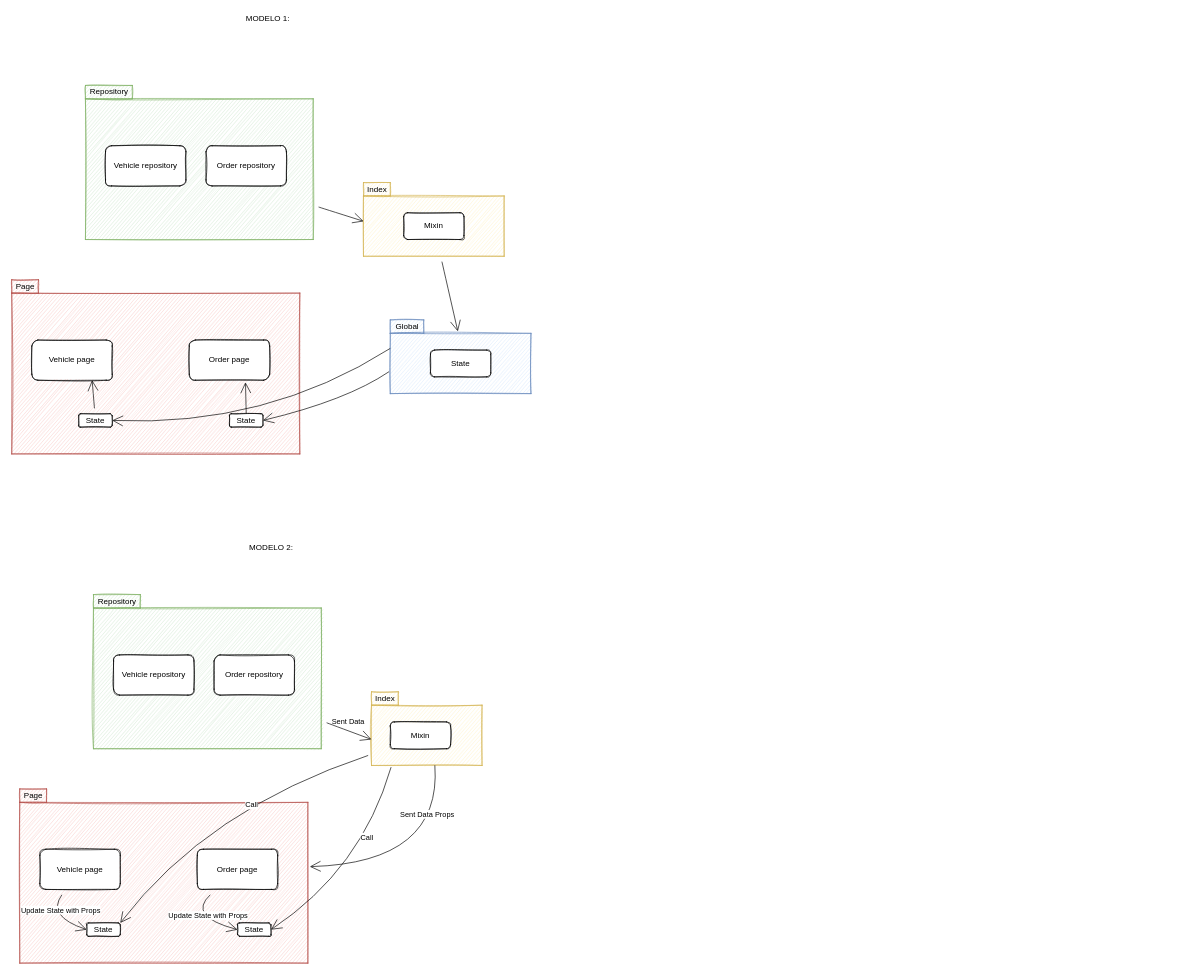
This is fluxogramas/Untitled Diagram.drawio from caioliveira277/drawio-fluxogramas, a draw.io file, before an edit. Source tidied: cells renumbered, new cells numbered last; positions are measured from the earlier drawing's top-left corner, leaving out a move shared by most shapes. Both pictures are drawn from the tidied source at 67%, with x=0, y=0 at pixel (11, 11).
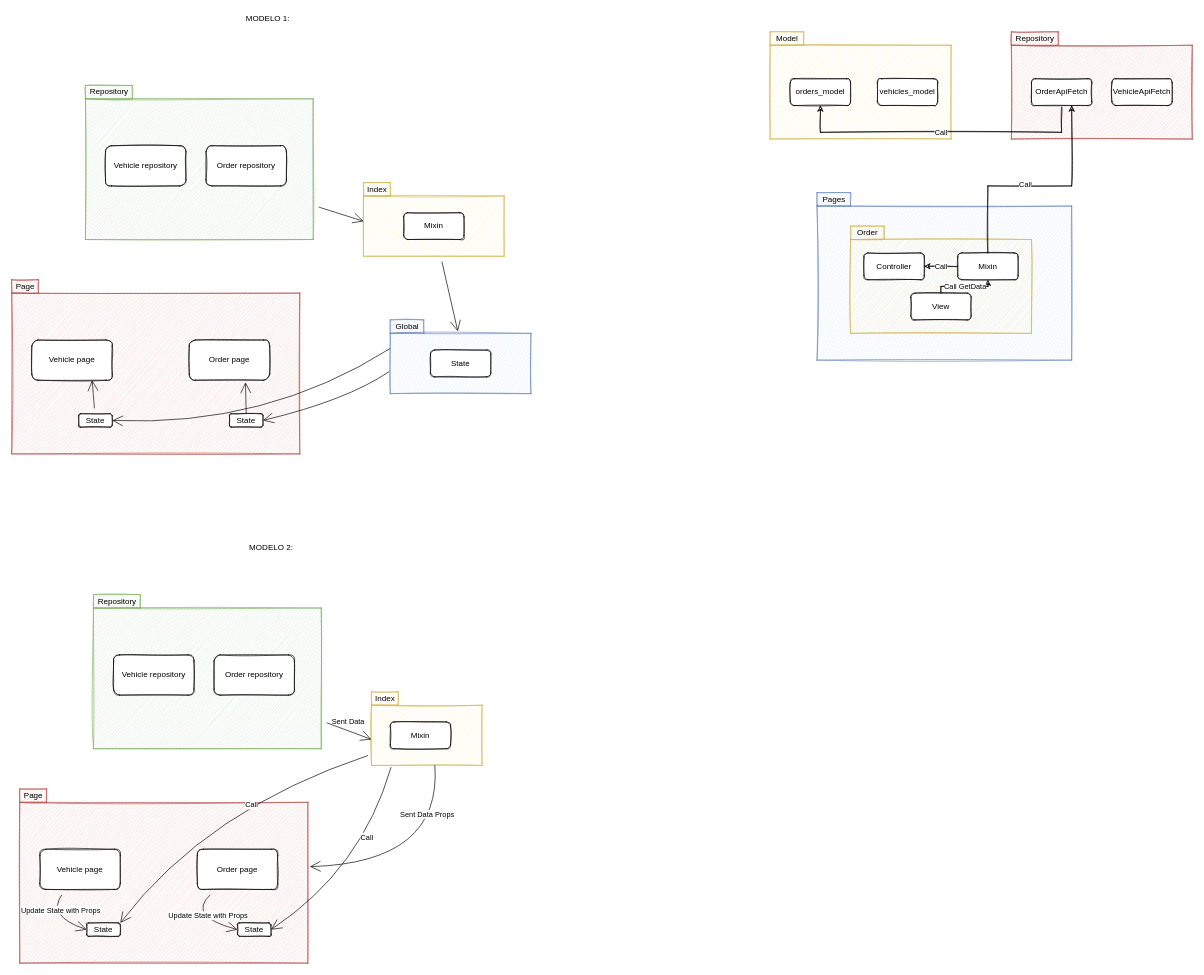
The same page after the edit.

The edit, as a diff of the source:
```diff
@@
+    <mxCell id="51" style="rounded=0;whiteSpace=wrap;html=1;shadow=0;glass=0;sketch=1;hachureGap=4;sketchStyle=rough;fillColor=#f8cecc;strokeColor=#b85450;" parent="1" vertex="1">
+      <mxGeometry x="1492" y="50" width="270" height="140" as="geometry" />
+    </mxCell>
@@
+    <mxCell id="52" style="rounded=0;whiteSpace=wrap;html=1;shadow=0;glass=0;sketch=1;hachureGap=4;sketchStyle=rough;fillColor=#fff2cc;strokeColor=#d6b656;" parent="1" vertex="1">
+      <mxGeometry x="1132" y="50" width="270" height="140" as="geometry" />
+    </mxCell>
+    <mxCell id="53" value="Model" style="text;html=1;align=center;verticalAlign=middle;strokeColor=#d6b656;fillColor=#fff2cc;sketch=1;" parent="1" vertex="1">
+      <mxGeometry x="1132" y="30" width="50" height="20" as="geometry" />
+    </mxCell>
+    <mxCell id="54" value="orders_model" style="rounded=1;whiteSpace=wrap;html=1;hachureGap=4;sketch=1;glass=0;shadow=0;fixDash=0;sketchStyle=rough;" parent="1" vertex="1">
+      <mxGeometry x="1162" y="100" width="90" height="40" as="geometry" />
+    </mxCell>
+    <mxCell id="55" value="Call" style="edgeStyle=orthogonalEdgeStyle;rounded=0;jettySize=auto;html=1;sketch=1;" parent="1" edge="1" source="56">
+      <mxGeometry relative="1" as="geometry">
+        <mxPoint x="1207" y="140" as="targetPoint" />
+        <Array as="points">
+          <mxPoint x="1567" y="180" />
+          <mxPoint x="1207" y="180" />
+        </Array>
+      </mxGeometry>
+    </mxCell>
+    <mxCell id="56" value="OrderApiFetch" style="rounded=1;whiteSpace=wrap;html=1;hachureGap=4;sketch=1;glass=0;shadow=0;fixDash=0;sketchStyle=rough;" parent="1" vertex="1">
+      <mxGeometry x="1522" y="100" width="90" height="40" as="geometry" />
+    </mxCell>
+    <mxCell id="57" value="vehicles_model" style="rounded=1;whiteSpace=wrap;html=1;hachureGap=4;sketch=1;glass=0;shadow=0;fixDash=0;sketchStyle=rough;" parent="1" vertex="1">
+      <mxGeometry x="1292" y="100" width="90" height="40" as="geometry" />
+    </mxCell>
+    <mxCell id="58" value="Repository" style="text;html=1;align=center;verticalAlign=middle;strokeColor=#b85450;fillColor=#f8cecc;sketch=1;" parent="1" vertex="1">
+      <mxGeometry x="1492" y="30" width="70" height="20" as="geometry" />
+    </mxCell>
+    <mxCell id="59" value="VehicleApiFetch" style="rounded=1;whiteSpace=wrap;html=1;hachureGap=4;sketch=1;glass=0;shadow=0;fixDash=0;sketchStyle=rough;" parent="1" vertex="1">
+      <mxGeometry x="1642" y="100" width="90" height="40" as="geometry" />
+    </mxCell>
+    <mxCell id="60" style="rounded=0;whiteSpace=wrap;html=1;shadow=0;glass=0;sketch=1;hachureGap=4;sketchStyle=rough;fillColor=#dae8fc;strokeColor=#6c8ebf;" parent="1" vertex="1">
+      <mxGeometry x="1202" y="290" width="380" height="230" as="geometry" />
+    </mxCell>
+    <mxCell id="61" value="Pages" style="text;html=1;align=center;verticalAlign=middle;strokeColor=#6c8ebf;fillColor=#dae8fc;sketch=1;" parent="1" vertex="1">
+      <mxGeometry x="1202" y="270" width="50" height="20" as="geometry" />
+    </mxCell>
+    <mxCell id="62" style="rounded=0;whiteSpace=wrap;html=1;shadow=0;glass=0;sketch=1;hachureGap=4;sketchStyle=rough;fillColor=#fff2cc;strokeColor=#d6b656;" parent="1" vertex="1">
+      <mxGeometry x="1252" y="340" width="270" height="140" as="geometry" />
+    </mxCell>
+    <mxCell id="63" value="Order" style="text;html=1;align=center;verticalAlign=middle;strokeColor=#d6b656;fillColor=#fff2cc;sketch=1;" parent="1" vertex="1">
+      <mxGeometry x="1252" y="320" width="50" height="20" as="geometry" />
+    </mxCell>
+    <mxCell id="64" value="Controller" style="rounded=1;whiteSpace=wrap;html=1;hachureGap=4;sketch=1;glass=0;shadow=0;fixDash=0;sketchStyle=rough;" parent="1" vertex="1">
+      <mxGeometry x="1272" y="360" width="90" height="40" as="geometry" />
+    </mxCell>
+    <mxCell id="65" style="edgeStyle=orthogonalEdgeStyle;rounded=0;sketch=1;jettySize=auto;html=1;" parent="1" edge="1" source="67" target="71">
+      <mxGeometry relative="1" as="geometry">
+        <Array as="points">
+          <mxPoint x="1387" y="410" />
+          <mxPoint x="1457" y="410" />
+        </Array>
+      </mxGeometry>
+    </mxCell>
+    <mxCell id="66" value="Call GetData" style="edgeLabel;html=1;align=center;verticalAlign=middle;" parent="65" vertex="1">
+      <mxGeometry x="0.19" y="-1" relative="1" as="geometry">
+        <mxPoint x="-9" y="-1" as="offset" />
+      </mxGeometry>
+    </mxCell>
+    <mxCell id="67" value="View" style="rounded=1;whiteSpace=wrap;html=1;hachureGap=4;sketch=1;glass=0;shadow=0;fixDash=0;sketchStyle=rough;" parent="1" vertex="1">
+      <mxGeometry x="1342" y="420" width="90" height="40" as="geometry" />
+    </mxCell>
+    <mxCell id="68" style="edgeStyle=orthogonalEdgeStyle;rounded=0;sketch=1;jettySize=auto;html=1;entryX=0.667;entryY=1;entryDx=0;entryDy=0;entryPerimeter=0;" parent="1" edge="1" source="71" target="56">
+      <mxGeometry relative="1" as="geometry">
+        <Array as="points">
+          <mxPoint x="1457" y="260" />
+          <mxPoint x="1582" y="260" />
+        </Array>
+      </mxGeometry>
+    </mxCell>
+    <mxCell id="69" value="Call" style="edgeLabel;html=1;align=center;verticalAlign=middle;" parent="68" vertex="1">
+      <mxGeometry x="-0.1" y="3" relative="1" as="geometry" />
+    </mxCell>
+    <mxCell id="70" value="Call" style="edgeStyle=orthogonalEdgeStyle;rounded=0;sketch=1;jettySize=auto;html=1;entryX=1;entryY=0.5;entryDx=0;entryDy=0;" parent="1" edge="1" source="71" target="64">
+      <mxGeometry relative="1" as="geometry">
+        <Array as="points">
+          <mxPoint x="1392" y="380" />
+          <mxPoint x="1392" y="380" />
+        </Array>
+      </mxGeometry>
+    </mxCell>
+    <mxCell id="71" value="Mixin" style="rounded=1;whiteSpace=wrap;html=1;hachureGap=4;sketch=1;glass=0;shadow=0;fixDash=0;sketchStyle=rough;" parent="1" vertex="1">
+      <mxGeometry x="1412" y="360" width="90" height="40" as="geometry" />
+    </mxCell>
```
